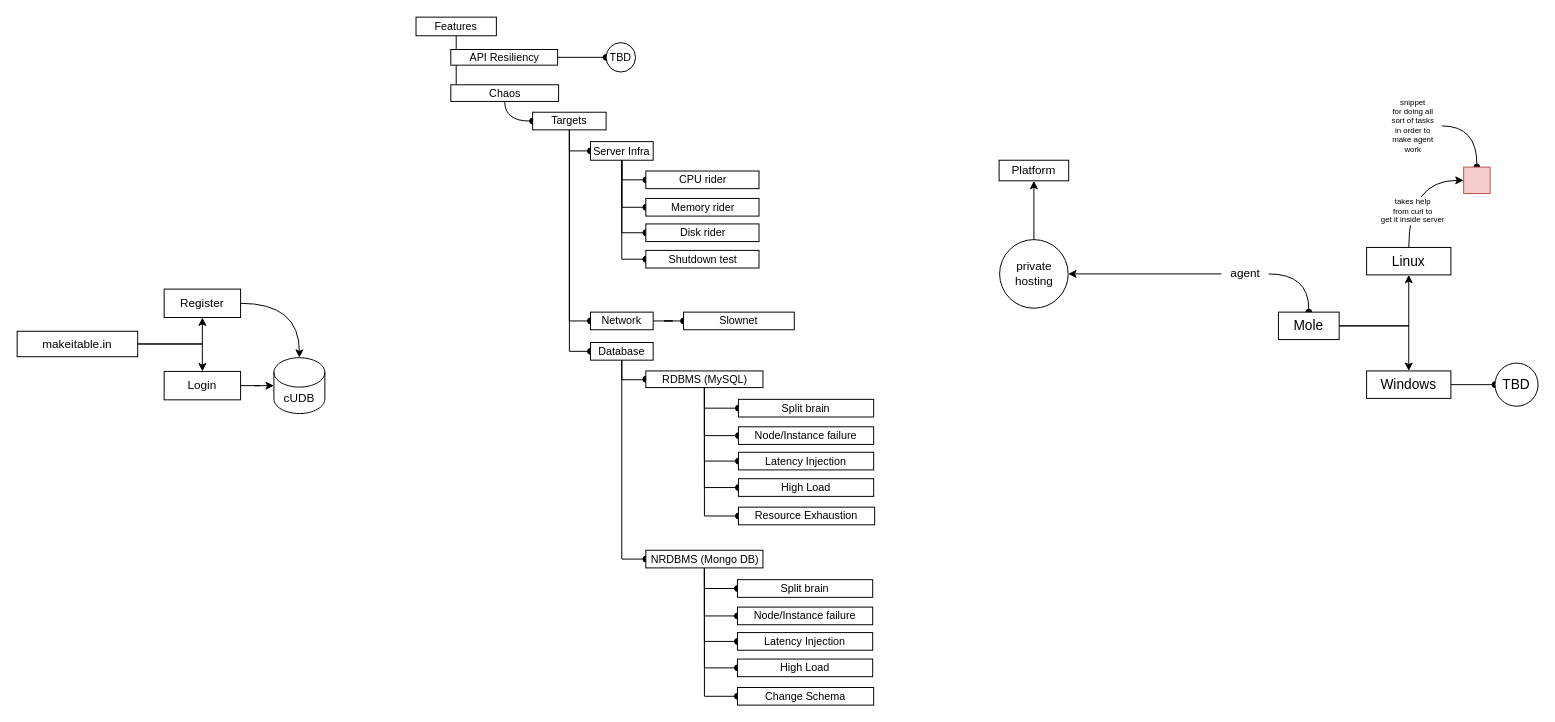
This is page "Page-1" (1 of 2) of makeitable_primary_architecture_and_plan.drawio from shayansaha85/DrawIO_Diagrams, a draw.io file, before an edit. Source tidied: cells renumbered, new cells numbered last; positions are measured from the earlier drawing's top-left corner, leaving out a move shared by most shapes. Both pictures are drawn from the tidied source at 98%, with x=0, y=0 at pixel (17, 17).
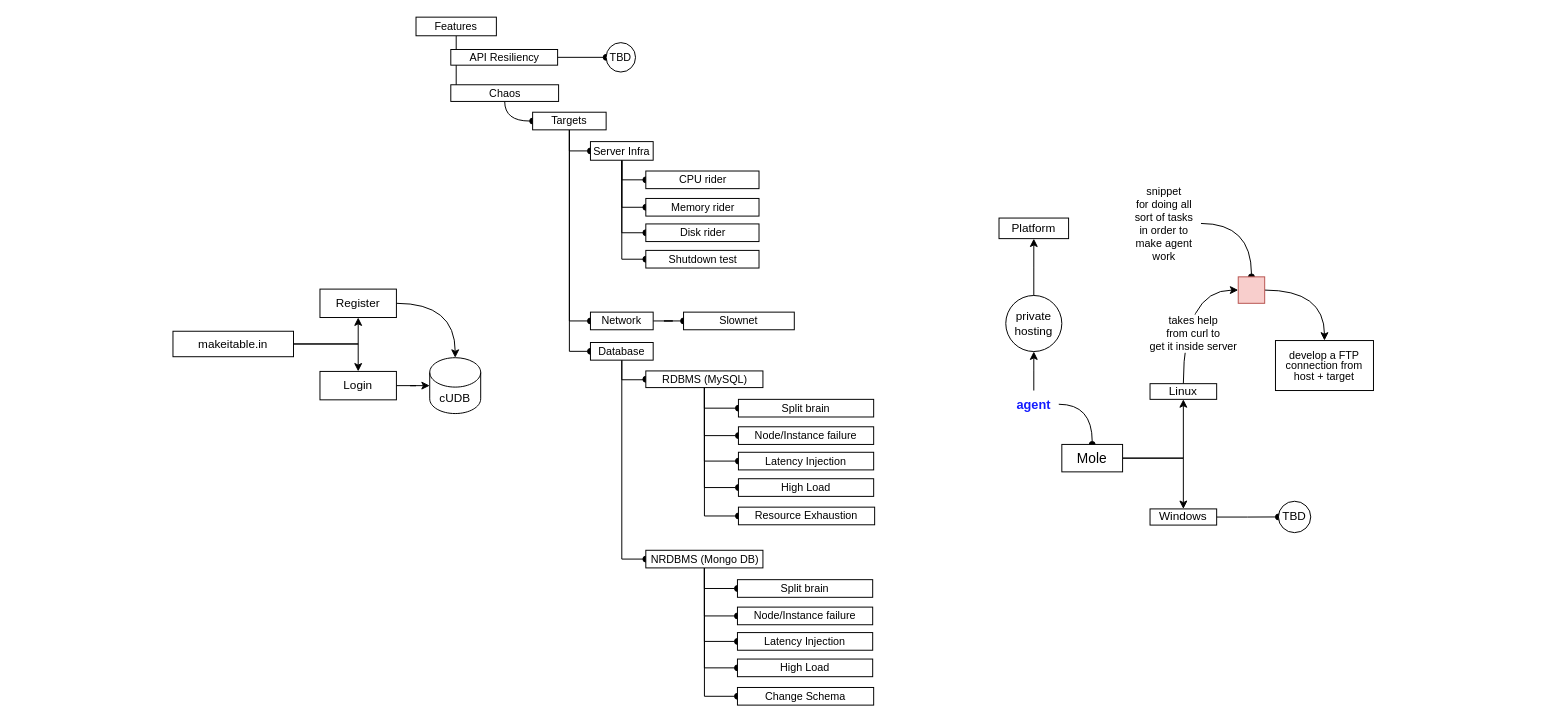
After the change.

The change refers to these unchanged cells:
```xml
<mxCell id="64" style="edgeStyle=orthogonalEdgeStyle;rounded=0;jettySize=auto;html=1;entryX=0;entryY=0.5;entryDx=0;entryDy=0;exitX=0.5;exitY=0;exitDx=0;exitDy=0;curved=1;" parent="1" edge="1" source="66" target="72">
  <mxGeometry relative="1" as="geometry" />
</mxCell>
```

Diff of the diagram source:
```diff
@@
-    <mxCell id="2" style="edgeStyle=orthogonalEdgeStyle;rounded=0;jettySize=auto;html=1;curved=1;endArrow=oval;endFill=1;" parent="1" edge="1" source="73" target="72">
+    <mxCell id="2" style="edgeStyle=orthogonalEdgeStyle;rounded=0;jettySize=auto;html=1;curved=1;endArrow=oval;endFill=1;entryX=0.5;entryY=0;entryDx=0;entryDy=0;" parent="1" edge="1" source="73" target="72">
       <mxGeometry relative="1" as="geometry" />
     </mxCell>
@@
     <mxCell id="12" value="makeitable.in" style="rounded=0;whiteSpace=wrap;html=1;" parent="1" vertex="1">
-      <mxGeometry y="320.5" width="123" height="26" as="geometry" />
+      <mxGeometry x="159" y="320.5" width="123" height="26" as="geometry" />
     </mxCell>
@@
     <mxCell id="14" value="Register" style="rounded=0;whiteSpace=wrap;html=1;" parent="1" vertex="1">
-      <mxGeometry x="150" y="277.5" width="78" height="29" as="geometry" />
+      <mxGeometry x="309" y="277.5" width="78" height="29" as="geometry" />
     </mxCell>
     <mxCell id="15" value="Login" style="rounded=0;whiteSpace=wrap;html=1;" parent="1" vertex="1">
-      <mxGeometry x="150" y="361.5" width="78" height="29" as="geometry" />
+      <mxGeometry x="309" y="361.5" width="78" height="29" as="geometry" />
     </mxCell>
     <mxCell id="16" value="cUDB" style="shape=cylinder3;whiteSpace=wrap;html=1;boundedLbl=1;backgroundOutline=1;size=15;" parent="1" vertex="1">
-      <mxGeometry x="262" y="347.5" width="52" height="57" as="geometry" />
+      <mxGeometry x="421" y="347.5" width="52" height="57" as="geometry" />
     </mxCell>
@@
     <mxCell id="63" value="Mole" style="rounded=0;whiteSpace=wrap;html=1;fontSize=14;" parent="1" vertex="1">
-      <mxGeometry x="1287" y="301" width="62" height="28" as="geometry" />
+      <mxGeometry x="1066" y="436" width="62" height="28" as="geometry" />
     </mxCell>
@@
-    <mxCell id="65" value="&lt;font style=&quot;font-size: 8px;&quot;&gt;takes help&lt;/font&gt;&lt;div style=&quot;font-size: 8px;&quot;&gt;&lt;font style=&quot;font-size: 8px;&quot;&gt;from curl to&lt;/font&gt;&lt;/div&gt;&lt;div style=&quot;font-size: 8px;&quot;&gt;&lt;font style=&quot;font-size: 8px;&quot;&gt;get it inside server&lt;/font&gt;&lt;/div&gt;" style="edgeLabel;html=1;align=center;verticalAlign=middle;fontSize=8;" parent="64" vertex="1">
+    <mxCell id="65" value="&lt;font style=&quot;font-size: 11px;&quot;&gt;takes help&lt;/font&gt;&lt;div style=&quot;font-size: 11px;&quot;&gt;&lt;font style=&quot;font-size: 11px;&quot;&gt;from curl to&lt;/font&gt;&lt;/div&gt;&lt;div style=&quot;font-size: 11px;&quot;&gt;&lt;font style=&quot;font-size: 11px;&quot;&gt;get it inside server&lt;/font&gt;&lt;/div&gt;" style="edgeLabel;html=1;align=center;verticalAlign=middle;fontSize=11;" parent="64" vertex="1">
       <mxGeometry x="0.07" y="-18" relative="1" as="geometry">
-        <mxPoint x="-15" y="29" as="offset" />
+        <mxPoint x="-9" y="29" as="offset" />
       </mxGeometry>
     </mxCell>
-    <mxCell id="66" value="Linux" style="rounded=0;whiteSpace=wrap;html=1;fontSize=14;" parent="1" vertex="1">
-      <mxGeometry x="1377" y="235" width="86" height="28" as="geometry" />
+    <mxCell id="66" value="Linux" style="rounded=0;whiteSpace=wrap;html=1;fontSize=12;" parent="1" vertex="1">
+      <mxGeometry x="1156" y="374" width="68" height="16" as="geometry" />
     </mxCell>
@@
-    <mxCell id="68" value="Windows" style="rounded=0;whiteSpace=wrap;html=1;fontSize=14;" parent="1" vertex="1">
-      <mxGeometry x="1377" y="361" width="86" height="28" as="geometry" />
+    <mxCell id="68" value="Windows" style="rounded=0;whiteSpace=wrap;html=1;fontSize=12;" parent="1" vertex="1">
+      <mxGeometry x="1156" y="501.8" width="68" height="16.5" as="geometry" />
     </mxCell>
-    <mxCell id="69" value="TBD" style="ellipse;whiteSpace=wrap;html=1;fontSize=14;rounded=0;" parent="1" vertex="1">
-      <mxGeometry x="1508" y="353" width="44" height="44" as="geometry" />
+    <mxCell id="69" value="TBD" style="ellipse;whiteSpace=wrap;html=1;fontSize=12;rounded=0;" parent="1" vertex="1">
+      <mxGeometry x="1287" y="494" width="33" height="32" as="geometry" />
     </mxCell>
@@
-    <mxCell id="71" value="agent" style="text;html=1;align=center;verticalAlign=middle;points=[];strokeColor=none;fillColor=none;" parent="1" vertex="1">
-      <mxGeometry x="1229" y="249" width="48" height="26" as="geometry" />
+    <mxCell id="71" value="agent" style="text;html=1;align=center;verticalAlign=middle;points=[];strokeColor=none;fillColor=none;fontColor=#141CFF;fontStyle=1;fontSize=13;" parent="1" vertex="1">
+      <mxGeometry x="1011.9" y="381" width="51" height="28" as="geometry" />
     </mxCell>
+    <mxCell id="77" style="edgeStyle=orthogonalEdgeStyle;rounded=0;jettySize=auto;html=1;curved=1;" parent="1" edge="1" source="72" target="78">
+      <mxGeometry relative="1" as="geometry" />
+    </mxCell>
     <mxCell id="72" style="rounded=0;whiteSpace=wrap;html=1;fillColor=#f8cecc;strokeColor=#b85450;" parent="1" vertex="1">
-      <mxGeometry x="1476" y="153" width="27" height="27" as="geometry" />
+      <mxGeometry x="1246" y="265" width="27" height="27" as="geometry" />
     </mxCell>
-    <mxCell id="73" value="snippet&lt;div style=&quot;font-size: 8px;&quot;&gt;for doing all&lt;/div&gt;&lt;div style=&quot;font-size: 8px;&quot;&gt;sort of tasks&lt;/div&gt;&lt;div style=&quot;font-size: 8px;&quot;&gt;in order to&lt;/div&gt;&lt;div style=&quot;font-size: 8px;&quot;&gt;make agent&lt;/div&gt;&lt;div style=&quot;font-size: 8px;&quot;&gt;work&lt;/div&gt;" style="text;html=1;align=center;verticalAlign=middle;points=[];strokeColor=none;fillColor=none;fontSize=8;" parent="1" vertex="1">
-      <mxGeometry x="1393" y="76" width="61" height="70" as="geometry" />
+    <mxCell id="73" value="snippet&lt;div style=&quot;font-size: 11px;&quot;&gt;for doing all&lt;/div&gt;&lt;div style=&quot;font-size: 11px;&quot;&gt;sort of tasks&lt;/div&gt;&lt;div style=&quot;font-size: 11px;&quot;&gt;in order to&lt;/div&gt;&lt;div style=&quot;font-size: 11px;&quot;&gt;make agent&lt;/div&gt;&lt;div style=&quot;font-size: 11px;&quot;&gt;work&lt;/div&gt;" style="text;html=1;align=center;verticalAlign=middle;points=[];strokeColor=none;fillColor=none;fontSize=11;" parent="1" vertex="1">
+      <mxGeometry x="1131" y="165" width="77" height="91" as="geometry" />
     </mxCell>
@@
     <mxCell id="75" value="private hosting" style="ellipse;whiteSpace=wrap;html=1;" parent="1" vertex="1">
-      <mxGeometry x="1002.5" y="227" width="70" height="70" as="geometry" />
+      <mxGeometry x="1008.8" y="284" width="57.2" height="57.2" as="geometry" />
     </mxCell>
     <mxCell id="76" value="Platform" style="rounded=0;whiteSpace=wrap;html=1;" parent="1" vertex="1">
-      <mxGeometry x="1002" y="146" width="71" height="21" as="geometry" />
+      <mxGeometry x="1001.9" y="205" width="71" height="21" as="geometry" />
     </mxCell>
+    <mxCell id="78" value="&lt;p style=&quot;line-height: 100%; font-size: 11px;&quot;&gt;&lt;span style=&quot;font-size: 11px;&quot;&gt;develop a FTP connection from host + target&lt;/span&gt;&lt;/p&gt;" style="rounded=0;whiteSpace=wrap;html=1;fontSize=11;spacing=1;" parent="1" vertex="1">
+      <mxGeometry x="1284" y="330" width="100" height="51" as="geometry" />
+    </mxCell>
```
